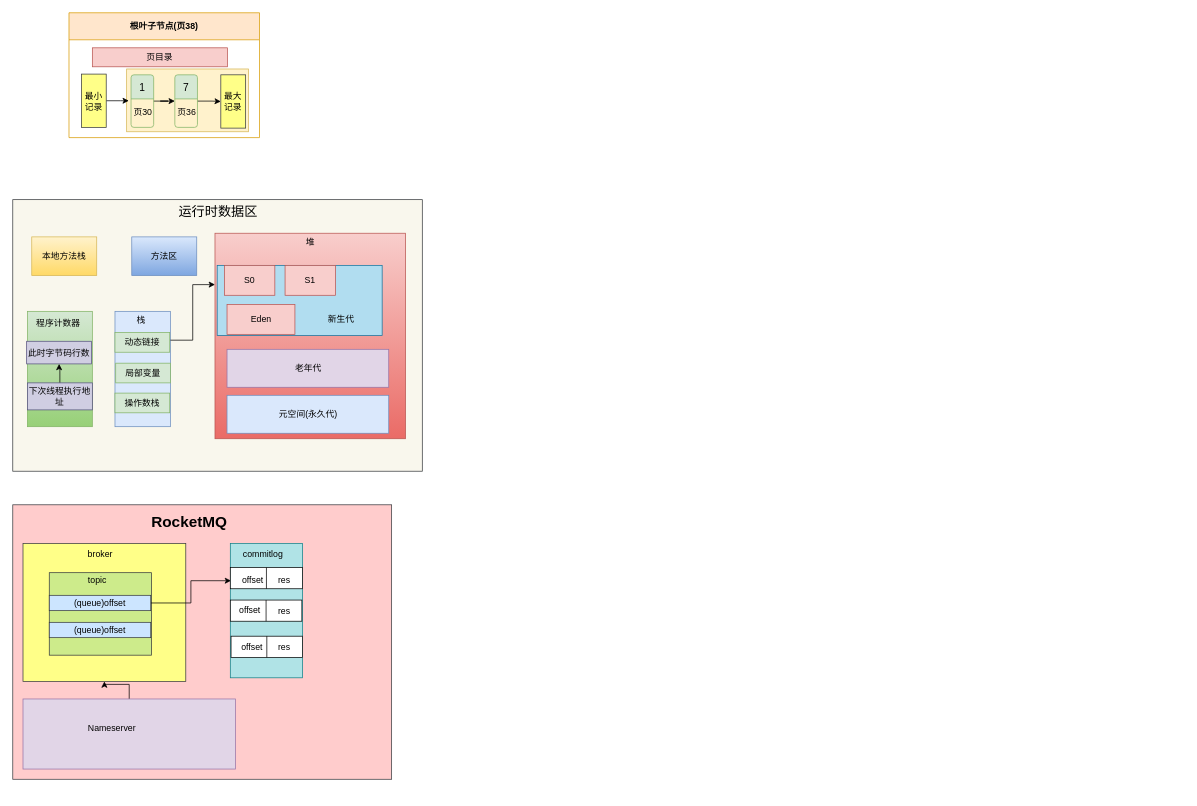
Earlier version of the draw.io diagram mysql.drawio (mianbaosao/drawio). Source tidied: cells renumbered, new cells numbered last; positions are measured from the earlier drawing's top-left corner, leaving out a move shared by most shapes. Both pictures are drawn from the tidied source at 73%, with x=0, y=0 at pixel (12, 12).
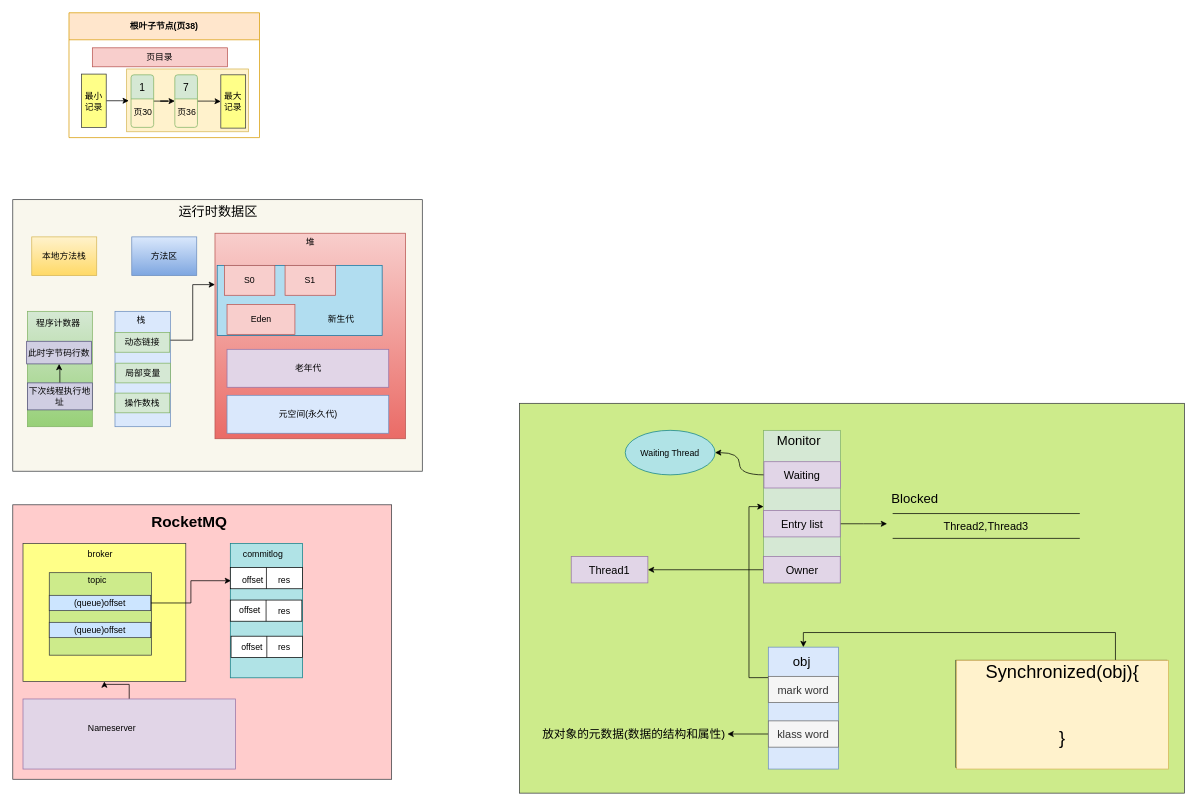
After the change.

Change to the diagram source:
```diff
@@
+    <mxCell id="65" style="rounded=0;whiteSpace=wrap;html=1;fillColor=#cdeb8b;strokeColor=#36393d;" parent="1" vertex="1">
+      <mxGeometry x="694" y="535" width="911" height="534" as="geometry" />
+    </mxCell>
+    <mxCell id="66" style="rounded=0;whiteSpace=wrap;html=1;" parent="1" vertex="1">
+      <mxGeometry x="1292" y="887" width="289" height="147" as="geometry" />
+    </mxCell>
@@
+    <mxCell id="67" style="edgeStyle=orthogonalEdgeStyle;rounded=0;jettySize=auto;html=1;exitX=0;exitY=0.25;exitDx=0;exitDy=0;entryX=0;entryY=0.5;entryDx=0;entryDy=0;" parent="1" edge="1" source="68" target="75">
+      <mxGeometry relative="1" as="geometry" />
+    </mxCell>
+    <mxCell id="68" style="rounded=0;whiteSpace=wrap;html=1;fillColor=#dae8fc;strokeColor=#6c8ebf;" parent="1" vertex="1">
+      <mxGeometry x="1035" y="869" width="96" height="167" as="geometry" />
+    </mxCell>
+    <mxCell id="69" value="obj" style="text;html=1;align=center;verticalAlign=middle;whiteSpace=wrap;rounded=0;fontSize=18;" parent="1" vertex="1">
+      <mxGeometry x="1051" y="874" width="60" height="30" as="geometry" />
+    </mxCell>
+    <mxCell id="70" value="mark word" style="rounded=0;whiteSpace=wrap;html=1;fontSize=15;fillColor=#f5f5f5;fontColor=#333333;strokeColor=#666666;" parent="1" vertex="1">
+      <mxGeometry x="1035" y="909" width="96" height="36" as="geometry" />
+    </mxCell>
+    <mxCell id="71" style="edgeStyle=orthogonalEdgeStyle;rounded=0;jettySize=auto;html=1;" parent="1" edge="1" source="72" target="87">
+      <mxGeometry relative="1" as="geometry" />
+    </mxCell>
+    <mxCell id="72" value="klass word" style="rounded=0;whiteSpace=wrap;html=1;fontSize=15;fillColor=#f5f5f5;fontColor=#333333;strokeColor=#666666;" parent="1" vertex="1">
+      <mxGeometry x="1035" y="970" width="96" height="36" as="geometry" />
+    </mxCell>
+    <mxCell id="73" style="edgeStyle=orthogonalEdgeStyle;rounded=0;jettySize=auto;html=1;exitX=0.75;exitY=0;exitDx=0;exitDy=0;entryX=0.5;entryY=0;entryDx=0;entryDy=0;" parent="1" edge="1" source="74" target="68">
+      <mxGeometry relative="1" as="geometry" />
+    </mxCell>
+    <mxCell id="74" value="Synchronized(obj){&lt;div&gt;&lt;br&gt;&lt;/div&gt;&lt;div&gt;&lt;br&gt;&lt;div&gt;}&lt;br&gt;&lt;div&gt;&lt;br&gt;&lt;/div&gt;&lt;/div&gt;&lt;/div&gt;" style="text;html=1;align=center;verticalAlign=middle;whiteSpace=wrap;rounded=0;fontSize=25;fillColor=#fff2cc;strokeColor=#d6b656;" parent="1" vertex="1">
+      <mxGeometry x="1293" y="887" width="290" height="149" as="geometry" />
+    </mxCell>
+    <mxCell id="75" style="rounded=0;whiteSpace=wrap;html=1;fillColor=#d5e8d4;strokeColor=#82b366;" parent="1" vertex="1">
+      <mxGeometry x="1028.5" y="572" width="105.5" height="209" as="geometry" />
+    </mxCell>
+    <mxCell id="76" value="Monitor" style="text;html=1;align=center;verticalAlign=middle;whiteSpace=wrap;rounded=0;fontSize=18;" parent="1" vertex="1">
+      <mxGeometry x="1047" y="572" width="60" height="30" as="geometry" />
+    </mxCell>
+    <mxCell id="77" style="edgeStyle=orthogonalEdgeStyle;rounded=0;jettySize=auto;html=1;exitX=0;exitY=0.5;exitDx=0;exitDy=0;entryX=1;entryY=0.5;entryDx=0;entryDy=0;curved=1;" parent="1" edge="1" source="78" target="85">
+      <mxGeometry relative="1" as="geometry" />
+    </mxCell>
+    <mxCell id="78" value="Waiting" style="rounded=0;whiteSpace=wrap;html=1;fontSize=15;fillColor=#e1d5e7;strokeColor=#9673a6;" parent="1" vertex="1">
+      <mxGeometry x="1029" y="615" width="105" height="36" as="geometry" />
+    </mxCell>
+    <mxCell id="79" style="edgeStyle=orthogonalEdgeStyle;rounded=0;jettySize=auto;html=1;exitX=1;exitY=0.5;exitDx=0;exitDy=0;" parent="1" edge="1" source="80">
+      <mxGeometry relative="1" as="geometry">
+        <mxPoint x="1197.7" y="700" as="targetPoint" />
+      </mxGeometry>
+    </mxCell>
+    <mxCell id="80" value="Entry list" style="rounded=0;whiteSpace=wrap;html=1;fontSize=15;fillColor=#e1d5e7;strokeColor=#9673a6;" parent="1" vertex="1">
+      <mxGeometry x="1028.5" y="682" width="105" height="36" as="geometry" />
+    </mxCell>
+    <mxCell id="81" style="edgeStyle=orthogonalEdgeStyle;rounded=0;jettySize=auto;html=1;exitX=0;exitY=0.5;exitDx=0;exitDy=0;entryX=1;entryY=0.5;entryDx=0;entryDy=0;" parent="1" edge="1" source="82" target="83">
+      <mxGeometry relative="1" as="geometry" />
+    </mxCell>
+    <mxCell id="82" value="Owner" style="rounded=0;whiteSpace=wrap;html=1;fontSize=15;fillColor=#e1d5e7;strokeColor=#9673a6;" parent="1" vertex="1">
+      <mxGeometry x="1028.5" y="745" width="105" height="36" as="geometry" />
+    </mxCell>
+    <mxCell id="83" value="Thread1" style="rounded=0;whiteSpace=wrap;html=1;fontSize=15;fillColor=#e1d5e7;strokeColor=#9673a6;" parent="1" vertex="1">
+      <mxGeometry x="765" y="745" width="105" height="36" as="geometry" />
+    </mxCell>
+    <mxCell id="84" value="Thread2,Thread3" style="shape=partialRectangle;whiteSpace=wrap;html=1;left=0;right=0;fillColor=none;fontSize=15;" parent="1" vertex="1">
+      <mxGeometry x="1206" y="686" width="255" height="34" as="geometry" />
+    </mxCell>
+    <mxCell id="85" value="Waiting Thread" style="ellipse;whiteSpace=wrap;html=1;fillColor=#b0e3e6;strokeColor=#0e8088;" parent="1" vertex="1">
+      <mxGeometry x="839" y="572" width="123" height="61" as="geometry" />
+    </mxCell>
+    <mxCell id="86" value="Blocked" style="text;html=1;align=center;verticalAlign=middle;whiteSpace=wrap;rounded=0;fontSize=18;" parent="1" vertex="1">
+      <mxGeometry x="1206" y="651" width="60" height="30" as="geometry" />
+    </mxCell>
+    <mxCell id="87" value="放对象的元数据(数据的结构和属性)" style="text;html=1;align=center;verticalAlign=middle;whiteSpace=wrap;rounded=0;fontSize=16;" parent="1" vertex="1">
+      <mxGeometry x="723" y="973" width="256" height="30" as="geometry" />
+    </mxCell>
```
